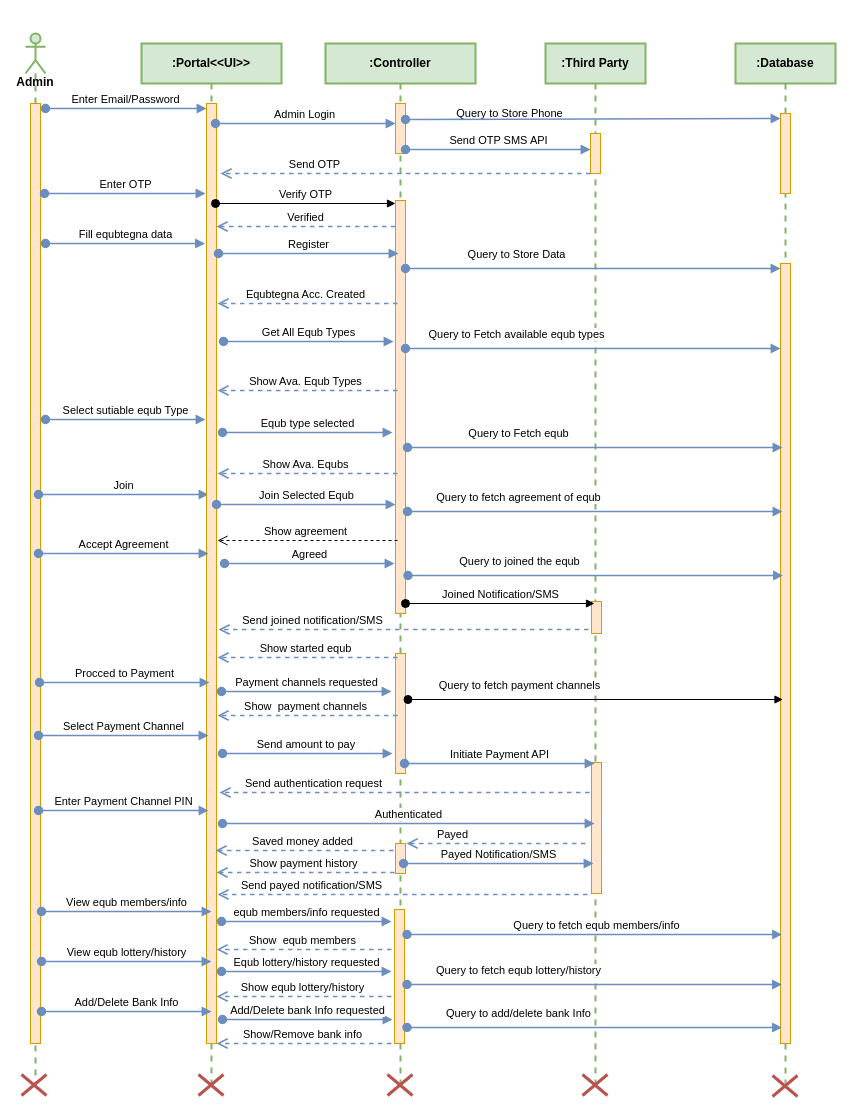
Earlier version of the draw.io diagram page "Page-5" (5 of 5) of Digital Equb DFD.drawio (fasil712/UML_Diagram_Design). Source tidied: cells renumbered, new cells numbered last; positions are measured from the earlier drawing's top-left corner, leaving out a move shared by most shapes. Both pictures are drawn from the tidied source at 100%, with x=0, y=0 at pixel (21, 33).
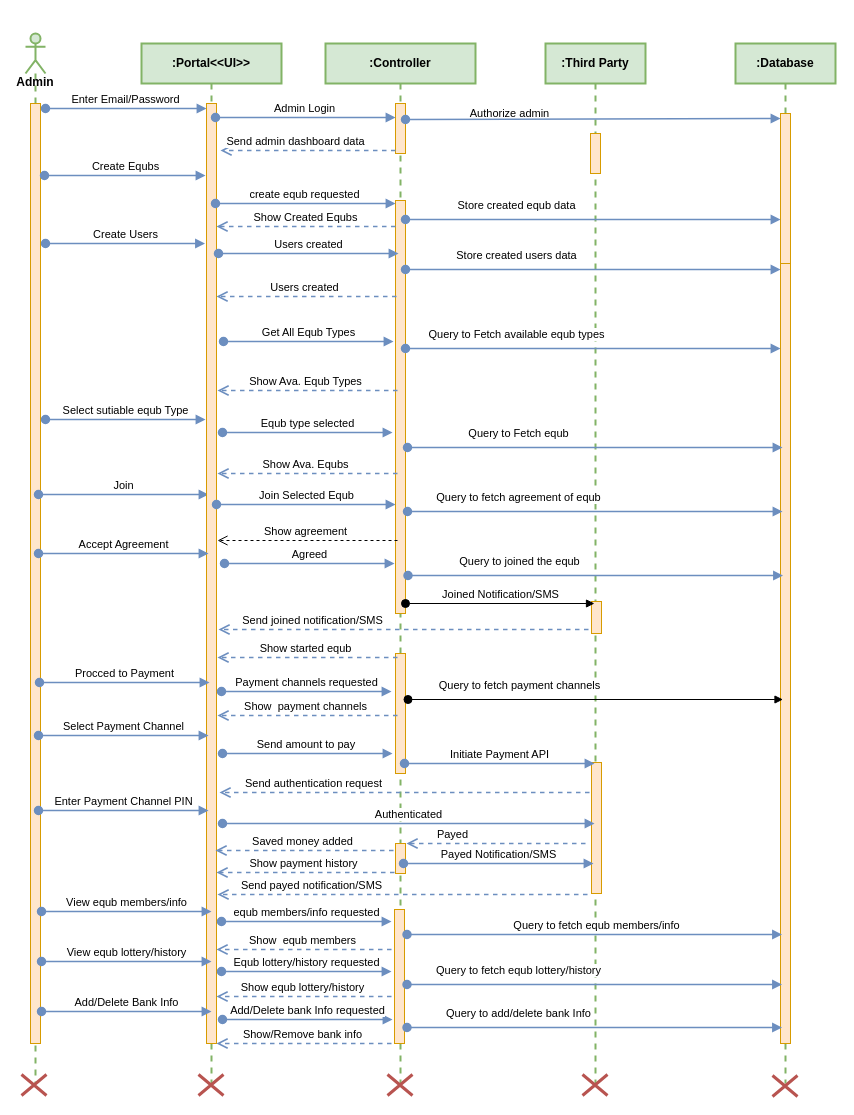
Above is the later version.

The change refers to these unchanged cells:
```xml
<mxCell id="10" style="html=1;points=[[0,0,0,0,5],[0,1,0,0,-5],[1,0,0,0,5],[1,1,0,0,-5]];perimeter=orthogonalPerimeter;outlineConnect=0;targetShapes=umlLifeline;portConstraint=eastwest;newEdgeStyle={&quot;curved&quot;:0,&quot;rounded&quot;:0};fontStyle=0;fillColor=#ffe6cc;strokeColor=#d79b00;" parent="8" vertex="1">
  <mxGeometry x="70" y="157" width="10" height="413" as="geometry" />
</mxCell>
<mxCell id="14" value=":Database" style="shape=umlLifeline;perimeter=lifelinePerimeter;whiteSpace=wrap;html=1;newEdgeStyle={&quot;curved&quot;:0,&quot;rounded&quot;:0};fontStyle=1;fillColor=#d5e8d4;strokeColor=#82b366;strokeWidth=2;" parent="1" vertex="1">
  <mxGeometry x="714" y="10" width="100" height="1040" as="geometry" />
</mxCell>
<mxCell id="16" style="html=1;points=[[0,0,0,0,5],[0,1,0,0,-5],[1,0,0,0,5],[1,1,0,0,-5]];perimeter=orthogonalPerimeter;outlineConnect=0;targetShapes=umlLifeline;portConstraint=eastwest;newEdgeStyle={&quot;curved&quot;:0,&quot;rounded&quot;:0};fontStyle=0;fillColor=#ffe6cc;strokeColor=#d79b00;" parent="14" vertex="1">
  <mxGeometry x="45" y="220" width="10" height="780" as="geometry" />
</mxCell>
<mxCell id="18" style="html=1;verticalAlign=bottom;startArrow=oval;endArrow=block;startSize=8;curved=0;rounded=0;fontStyle=0;" parent="1" edge="1" target="4">
  <mxGeometry relative="1" as="geometry">
    <mxPoint x="573.5" y="139" as="sourcePoint" />
  </mxGeometry>
</mxCell>
```

The edit, as a diff of the source:
```diff
@@
     <mxCell id="15" style="html=1;points=[[0,0,0,0,5],[0,1,0,0,-5],[1,0,0,0,5],[1,1,0,0,-5]];perimeter=orthogonalPerimeter;outlineConnect=0;targetShapes=umlLifeline;portConstraint=eastwest;newEdgeStyle={&quot;curved&quot;:0,&quot;rounded&quot;:0};fontStyle=0;fillColor=#ffe6cc;strokeColor=#d79b00;" parent="14" vertex="1">
-      <mxGeometry x="45" y="70" width="10" height="80" as="geometry" />
+      <mxGeometry x="45" y="70" width="10" height="150" as="geometry" />
     </mxCell>
@@
-    <mxCell id="19" value="Query&amp;nbsp;to Store Phone" style="edgeLabel;html=1;align=center;verticalAlign=middle;fontStyle=0;" parent="18" vertex="1">
+    <mxCell id="19" value="Authorize admin" style="edgeLabel;html=1;align=center;verticalAlign=middle;fontStyle=0;" parent="18" vertex="1">
       <mxGeometry x="0.01" y="1" relative="1" as="geometry">
         <mxPoint x="-86" y="-61" as="offset" />
       </mxGeometry>
     </mxCell>
@@
-    <mxCell id="21" value="Send OTP SMS API" style="html=1;verticalAlign=bottom;startArrow=oval;endArrow=block;startSize=8;curved=0;rounded=0;entryX=0;entryY=0;entryDx=0;entryDy=5;fontStyle=0;fillColor=#dae8fc;strokeColor=#6c8ebf;strokeWidth=1.5;" parent="1" edge="1">
-      <mxGeometry relative="1" as="geometry">
-        <mxPoint x="384" y="116" as="sourcePoint" />
-        <mxPoint x="569" y="116" as="targetPoint" />
-      </mxGeometry>
-    </mxCell>
-    <mxCell id="22" value="Send OTP" style="html=1;verticalAlign=bottom;endArrow=open;dashed=1;endSize=8;curved=0;rounded=0;fontStyle=0;fillColor=#dae8fc;strokeColor=#6c8ebf;strokeWidth=1.5;" parent="1" edge="1">
-      <mxGeometry x="0.49" relative="1" as="geometry">
-        <mxPoint x="569" y="140" as="sourcePoint" />
-        <mxPoint x="199" y="140" as="targetPoint" />
+    <mxCell id="22" value="Send admin dashboard data" style="html=1;verticalAlign=bottom;endArrow=open;dashed=1;endSize=8;curved=0;rounded=0;fontStyle=0;fillColor=#dae8fc;strokeColor=#6c8ebf;strokeWidth=1.5;" parent="1" edge="1">
+      <mxGeometry x="0.14" relative="1" as="geometry">
+        <mxPoint x="374" y="117" as="sourcePoint" />
+        <mxPoint x="199" y="117" as="targetPoint" />
       </mxGeometry>
     </mxCell>
-    <mxCell id="23" value="Enter OTP" style="html=1;verticalAlign=bottom;startArrow=oval;endArrow=block;startSize=8;curved=0;rounded=0;fontStyle=0;fillColor=#dae8fc;strokeColor=#6c8ebf;strokeWidth=1.5;" parent="1" edge="1">
+    <mxCell id="23" value="Create Equbs" style="html=1;verticalAlign=bottom;startArrow=oval;endArrow=block;startSize=8;curved=0;rounded=0;fontStyle=0;fillColor=#dae8fc;strokeColor=#6c8ebf;strokeWidth=1.5;" parent="1" edge="1">
       <mxGeometry relative="1" as="geometry">
-        <mxPoint x="23" y="160" as="sourcePoint" />
-        <mxPoint x="184" y="160" as="targetPoint" />
+        <mxPoint x="23" y="142" as="sourcePoint" />
+        <mxPoint x="184" y="142" as="targetPoint" />
       </mxGeometry>
     </mxCell>
-    <mxCell id="24" value="Verified" style="html=1;verticalAlign=bottom;endArrow=open;dashed=1;endSize=8;curved=0;rounded=0;fontStyle=0;fillColor=#dae8fc;strokeColor=#6c8ebf;strokeWidth=1.5;" parent="1" edge="1">
+    <mxCell id="24" value="Show Created Equbs" style="html=1;verticalAlign=bottom;endArrow=open;dashed=1;endSize=8;curved=0;rounded=0;fontStyle=0;fillColor=#dae8fc;strokeColor=#6c8ebf;strokeWidth=1.5;" parent="1" edge="1">
       <mxGeometry relative="1" as="geometry">
         <mxPoint x="374" y="193" as="sourcePoint" />
         <mxPoint x="195" y="193" as="targetPoint" />
       </mxGeometry>
     </mxCell>
-    <mxCell id="25" value="Fill equbtegna data" style="html=1;verticalAlign=bottom;startArrow=oval;startFill=1;endArrow=block;startSize=8;curved=0;rounded=0;fontStyle=0;fillColor=#dae8fc;strokeColor=#6c8ebf;strokeWidth=1.5;" parent="1" edge="1">
+    <mxCell id="25" value="Create Users" style="html=1;verticalAlign=bottom;startArrow=oval;startFill=1;endArrow=block;startSize=8;curved=0;rounded=0;fontStyle=0;fillColor=#dae8fc;strokeColor=#6c8ebf;strokeWidth=1.5;" parent="1" edge="1">
       <mxGeometry relative="1" as="geometry">
         <mxPoint x="24" y="210" as="sourcePoint" />
         <mxPoint x="183.5" y="210" as="targetPoint" />
       </mxGeometry>
     </mxCell>
-    <mxCell id="26" value="Query to Store Data" style="html=1;verticalAlign=bottom;startArrow=oval;endArrow=block;startSize=8;curved=0;rounded=0;entryX=0;entryY=0;entryDx=0;entryDy=5;fontStyle=0;fillColor=#dae8fc;strokeColor=#6c8ebf;strokeWidth=1.5;" parent="1" edge="1" source="10" target="16">
-      <mxGeometry x="-0.41" y="5" relative="1" as="geometry" />
+    <mxCell id="26" value="Store created equb data" style="html=1;verticalAlign=bottom;startArrow=oval;endArrow=block;startSize=8;curved=0;rounded=0;entryX=0;entryY=0;entryDx=0;entryDy=5;fontStyle=0;fillColor=#dae8fc;strokeColor=#6c8ebf;strokeWidth=1.5;" parent="1" edge="1">
+      <mxGeometry x="-0.41" y="5" relative="1" as="geometry">
+        <mxPoint x="384" y="186" as="sourcePoint" />
+        <mxPoint x="759" y="186" as="targetPoint" />
+      </mxGeometry>
     </mxCell>
-    <mxCell id="27" value="Equbtegna Acc. Created" style="html=1;verticalAlign=bottom;endArrow=open;dashed=1;endSize=8;curved=0;rounded=0;fontStyle=0;fillColor=#dae8fc;strokeColor=#6c8ebf;strokeWidth=1.5;" parent="1" edge="1">
+    <mxCell id="27" value="Users created" style="html=1;verticalAlign=bottom;endArrow=open;dashed=1;endSize=8;curved=0;rounded=0;fontStyle=0;fillColor=#dae8fc;strokeColor=#6c8ebf;strokeWidth=1.5;" parent="1" edge="1">
       <mxGeometry x="0.02" relative="1" as="geometry">
-        <mxPoint x="376" y="270" as="sourcePoint" />
-        <mxPoint x="196" y="270" as="targetPoint" />
+        <mxPoint x="375" y="263" as="sourcePoint" />
+        <mxPoint x="195" y="263" as="targetPoint" />
       </mxGeometry>
     </mxCell>
@@
     <mxCell id="42" value="Admin Login" style="html=1;verticalAlign=bottom;startArrow=oval;endArrow=block;startSize=8;curved=0;rounded=0;fontStyle=0;fillColor=#dae8fc;strokeColor=#6c8ebf;strokeWidth=1.5;" parent="1" edge="1">
       <mxGeometry x="-0.01" relative="1" as="geometry">
-        <mxPoint x="194" y="90" as="sourcePoint" />
-        <mxPoint x="374" y="90" as="targetPoint" />
+        <mxPoint x="194" y="84" as="sourcePoint" />
+        <mxPoint x="374" y="84" as="targetPoint" />
       </mxGeometry>
     </mxCell>
-    <mxCell id="43" value="Verify OTP" style="html=1;verticalAlign=bottom;startArrow=oval;endArrow=block;startSize=8;curved=0;rounded=0;fontStyle=0;" parent="1" edge="1">
-      <mxGeometry relative="1" as="geometry">
+    <mxCell id="43" value="create equb requested" style="html=1;verticalAlign=bottom;startArrow=oval;endArrow=block;startSize=8;curved=0;rounded=0;fontStyle=0;fillColor=#dae8fc;strokeColor=#6c8ebf;strokeWidth=1.5;" parent="1" edge="1">
+      <mxGeometry x="-0.01" relative="1" as="geometry">
         <mxPoint x="194" y="170" as="sourcePoint" />
         <mxPoint x="374" y="170" as="targetPoint" />
       </mxGeometry>
     </mxCell>
-    <mxCell id="44" value="Register" style="html=1;verticalAlign=bottom;startArrow=oval;endArrow=block;startSize=8;curved=0;rounded=0;fontStyle=0;fillColor=#dae8fc;strokeColor=#6c8ebf;strokeWidth=1.5;" parent="1" edge="1">
+    <mxCell id="44" value="Users created" style="html=1;verticalAlign=bottom;startArrow=oval;endArrow=block;startSize=8;curved=0;rounded=0;fontStyle=0;fillColor=#dae8fc;strokeColor=#6c8ebf;strokeWidth=1.5;" parent="1" edge="1">
       <mxGeometry relative="1" as="geometry">
         <mxPoint x="197" y="220" as="sourcePoint" />
         <mxPoint x="377" y="220" as="targetPoint" />
       </mxGeometry>
     </mxCell>
@@
+    <mxCell id="82" value="Store created users data" style="html=1;verticalAlign=bottom;startArrow=oval;endArrow=block;startSize=8;curved=0;rounded=0;entryX=0;entryY=0;entryDx=0;entryDy=5;fontStyle=0;fillColor=#dae8fc;strokeColor=#6c8ebf;strokeWidth=1.5;" parent="1" edge="1">
+      <mxGeometry x="-0.41" y="5" relative="1" as="geometry">
+        <mxPoint x="384" y="236" as="sourcePoint" />
+        <mxPoint x="759" y="236" as="targetPoint" />
+      </mxGeometry>
+    </mxCell>
```
